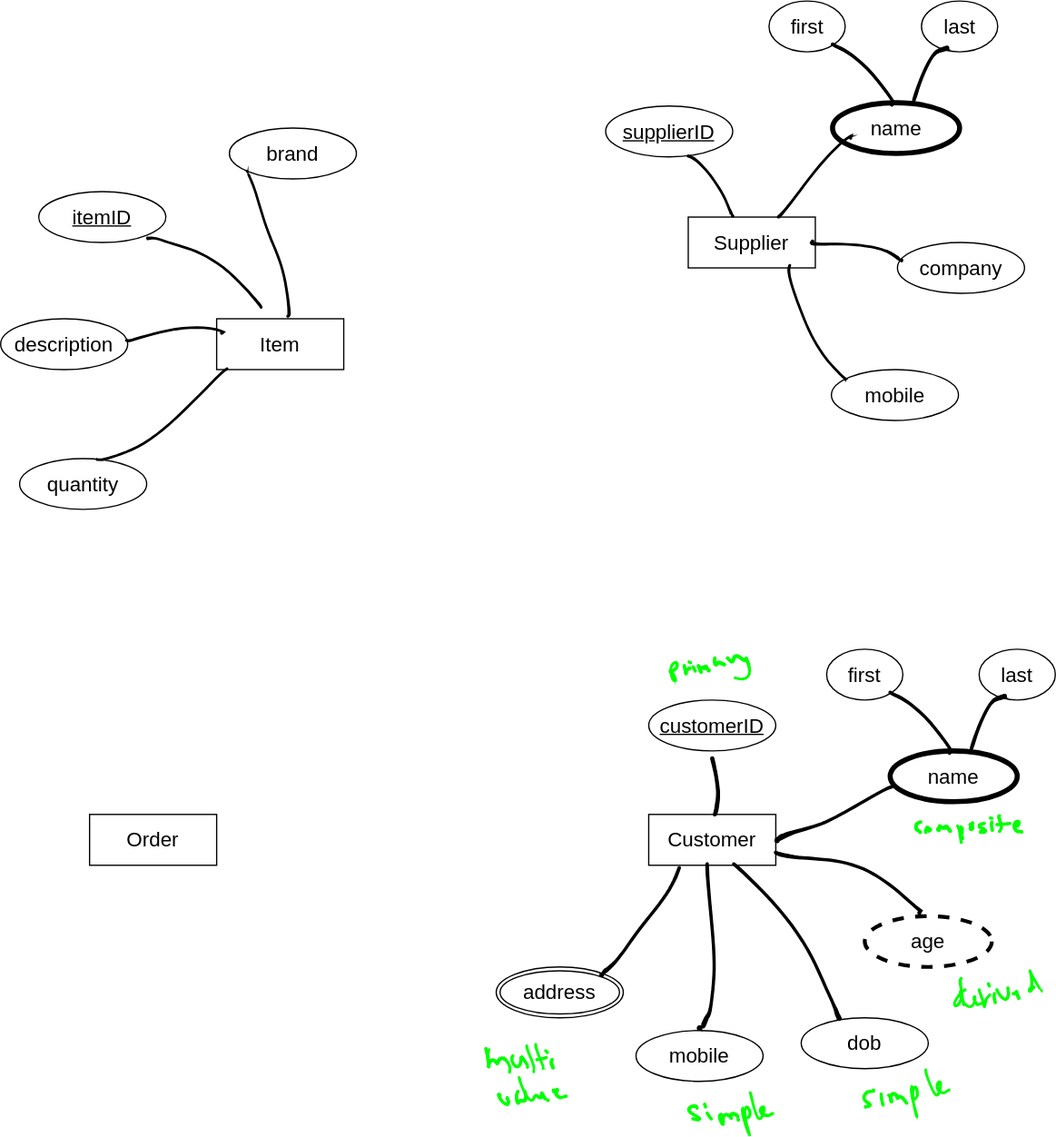
usupun/Database_Managment_System-tutoril- keeps this draw.io diagram as ERD Example.drawio.svg. Above is the earlier version. Source tidied: cells renumbered, new cells last; positions are measured from the earlier drawing's top-left corner, leaving out a move shared by most shapes.
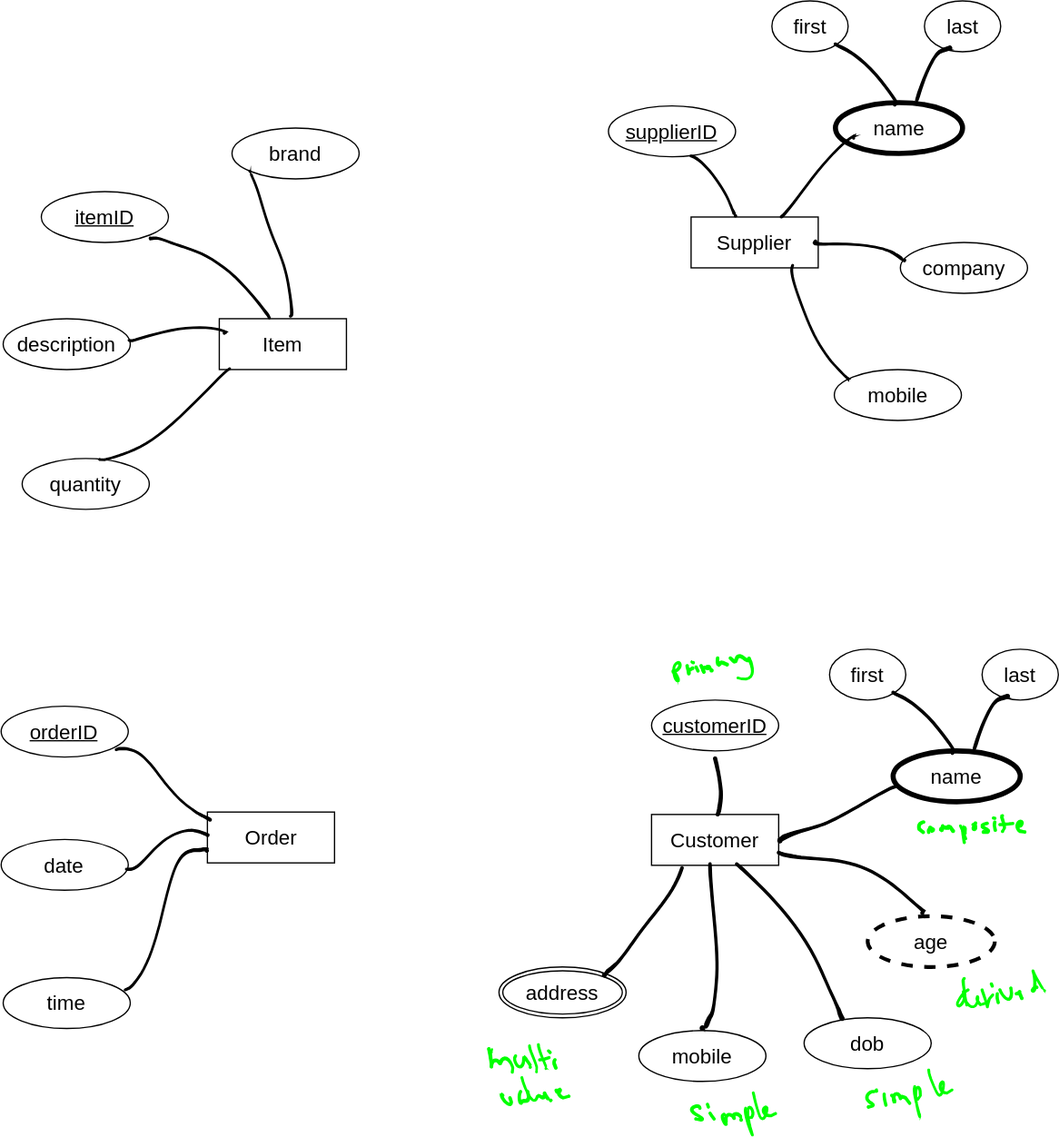
Later version of the same file.

Change to the diagram source:
```diff
@@ -9,7 +9,7 @@
       <mxGeometry x="541.1" y="170" width="100" height="40" as="geometry" />
     </mxCell>
     <mxCell id="4" value="Order" style="whiteSpace=wrap;html=1;align=center;fontSize=16;" parent="1" vertex="1">
-      <mxGeometry x="70" y="640" width="100" height="40" as="geometry" />
+      <mxGeometry x="160.6" y="638.1" width="100" height="40" as="geometry" />
     </mxCell>
     <mxCell id="5" value="Customer" style="whiteSpace=wrap;html=1;align=center;fontSize=16;" parent="1" vertex="1">
       <mxGeometry x="510" y="640" width="100" height="40" as="geometry" />
@@ -267,7 +267,7 @@
       <mxGeometry x="193.4" y="133.5" width="34.4" height="115.2" as="geometry" />
     </mxCell>
     <mxCell id="90" style="shape=(stored shape, 1208 characters);lineShape=1;strokeColor=#000000;fontSize=16;" parent="1" vertex="1">
-      <mxGeometry x="114.9" y="185.8" width="90.7" height="55.8" as="geometry" />
+      <mxGeometry x="114.9" y="185.8" width="95.1" height="64.2" as="geometry" />
     </mxCell>
     <mxCell id="91" style="shape=(stored shape, 1044 characters);lineShape=1;strokeColor=#000000;fontSize=16;" parent="1" vertex="1">
       <mxGeometry x="98.4" y="256.4" width="78" height="11.5" as="geometry" />
@@ -275,5 +275,23 @@
     <mxCell id="92" style="shape=(stored shape, 1092 characters);lineShape=1;strokeColor=#000000;fontSize=16;rotation=30;" parent="1" vertex="1">
       <mxGeometry x="100" y="267.9" width="54" height="114.2" as="geometry" />
     </mxCell>
+    <mxCell id="93" value="orderID" style="ellipse;whiteSpace=wrap;html=1;align=center;fontStyle=4;fontSize=16;" parent="1" vertex="1">
+      <mxGeometry x="-1.6" y="554.8" width="100" height="40" as="geometry" />
+    </mxCell>
+    <mxCell id="94" value="date" style="ellipse;whiteSpace=wrap;html=1;align=center;fontSize=16;" parent="1" vertex="1">
+      <mxGeometry x="-1.6" y="659.6" width="100" height="40" as="geometry" />
+    </mxCell>
+    <mxCell id="95" value="time" style="ellipse;whiteSpace=wrap;html=1;align=center;fontSize=16;" parent="1" vertex="1">
+      <mxGeometry y="768.4" width="100" height="40" as="geometry" />
+    </mxCell>
+    <mxCell id="96" style="shape=(stored shape, 1352 characters);lineShape=1;strokeColor=#000000;fontSize=16;" parent="1" vertex="1">
+      <mxGeometry x="96.3" y="651.7" width="65.6" height="32.3" as="geometry" />
+    </mxCell>
+    <mxCell id="97" style="shape=(stored shape, 1588 characters);lineShape=1;strokeColor=#000000;fontSize=16;" parent="1" vertex="1">
+      <mxGeometry x="95.4" y="666.3" width="66" height="112.4" as="geometry" />
+    </mxCell>
+    <mxCell id="98" style="shape=(stored shape, 1420 characters);lineShape=1;strokeColor=#000000;fontSize=16;" parent="1" vertex="1">
+      <mxGeometry x="88.3" y="587.3" width="75.4" height="57.9" as="geometry" />
+    </mxCell>
   </root>
 </mxGraphModel>
```
